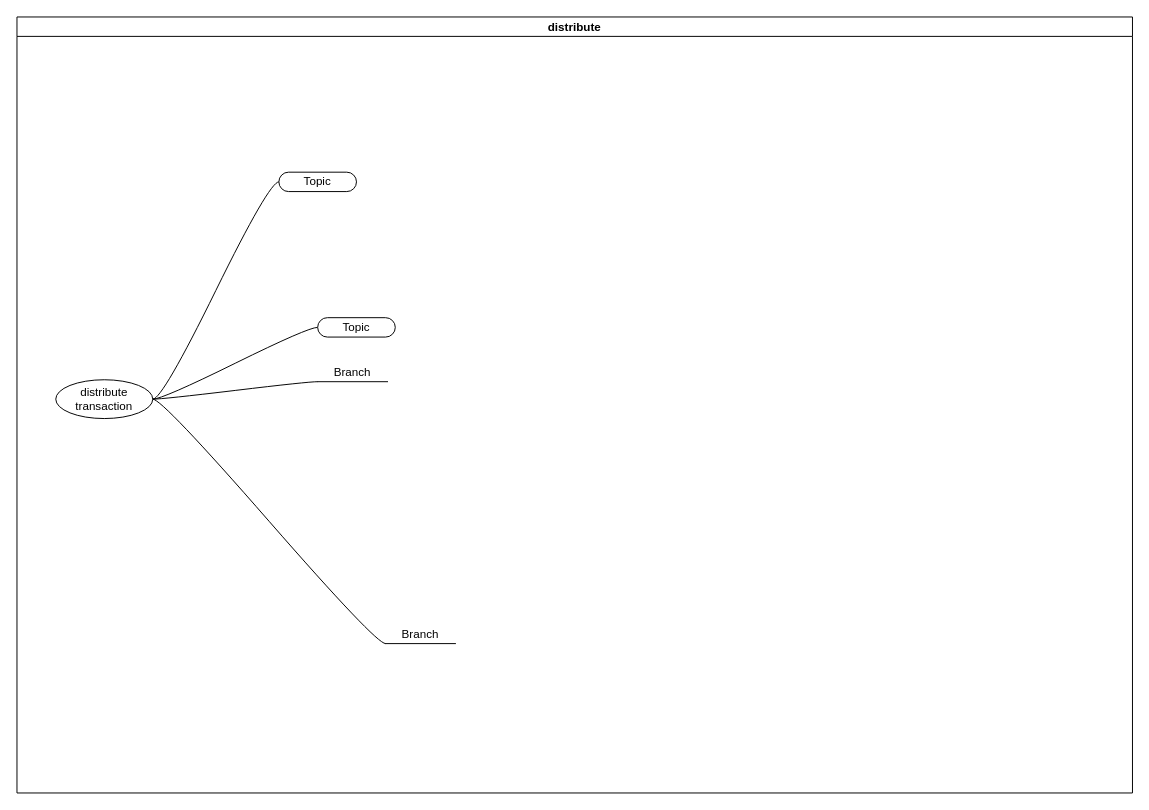
NiLinli/learn-web keeps this draw.io diagram as page "distributed" (3 of 3) of cs/database/transaction.drawio. Above is the earlier version. Source tidied: cells renumbered, new cells numbered last; positions are measured from the earlier drawing's top-left corner, leaving out a move shared by most shapes. Both pictures are drawn from the tidied source at 97%, with x=0, y=0 at pixel (16, 16).
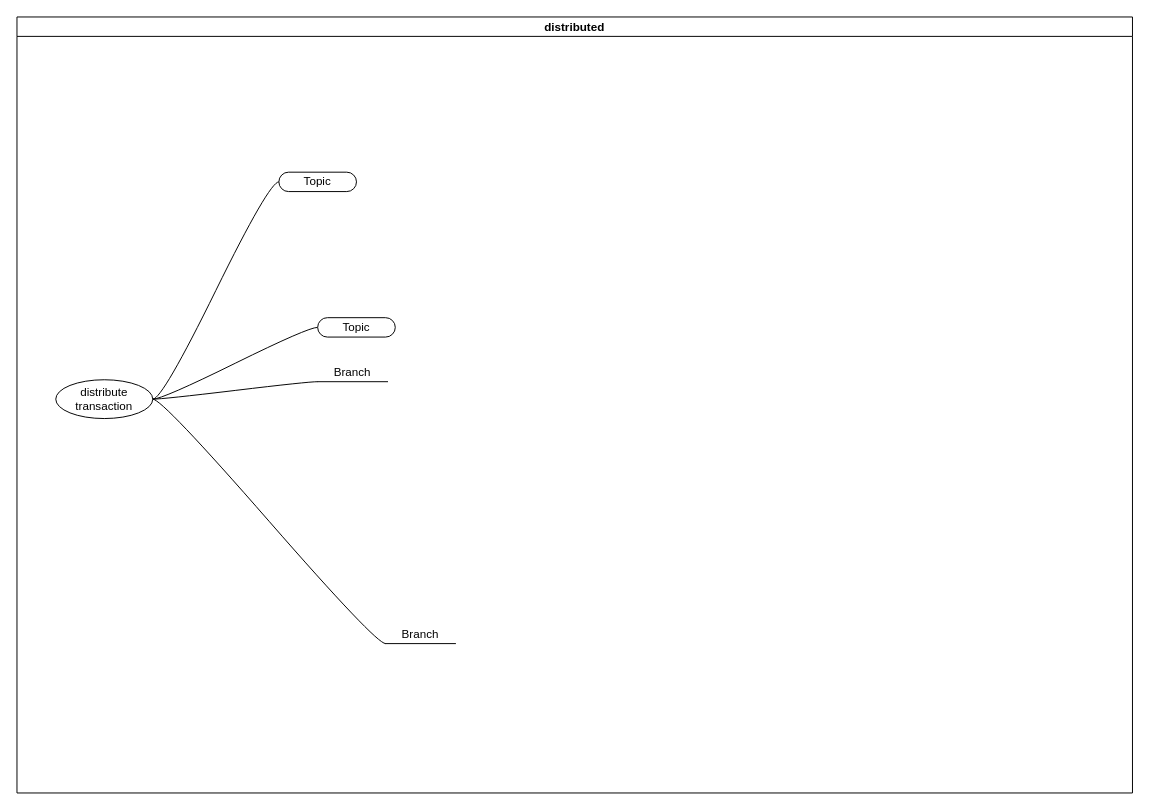
The same diagram, later.

Change to the diagram source:
```diff
@@
 <mxGraphModel>
   <root>
     <mxCell id="0" />
     <mxCell id="1" parent="0" />
-    <mxCell id="2" value="distribute" style="swimlane;startSize=20;horizontal=1;containerType=tree;" parent="1" vertex="1">
+    <mxCell id="2" value="distributed" style="swimlane;startSize=20;horizontal=1;containerType=tree;" parent="1" vertex="1">
       <mxGeometry width="1150" height="800" as="geometry" />
     </mxCell>
     <mxCell id="3" style="edgeStyle=entityRelationEdgeStyle;startArrow=none;endArrow=none;segment=10;curved=1;rounded=0;" parent="2" edge="1" source="7" target="8">
       <mxGeometry relative="1" as="geometry" />
     </mxCell>
     <mxCell id="4" style="edgeStyle=entityRelationEdgeStyle;startArrow=none;endArrow=none;segment=10;curved=1;rounded=0;" parent="2" edge="1" source="7" target="9">
       <mxGeometry relative="1" as="geometry" />
     </mxCell>
     <mxCell id="5" style="edgeStyle=entityRelationEdgeStyle;startArrow=none;endArrow=none;segment=10;curved=1;rounded=0;" parent="2" edge="1" source="7" target="10">
       <mxGeometry relative="1" as="geometry" />
     </mxCell>
     <mxCell id="6" style="edgeStyle=entityRelationEdgeStyle;startArrow=none;endArrow=none;segment=10;curved=1;rounded=0;" parent="2" edge="1" source="7" target="11">
       <mxGeometry relative="1" as="geometry" />
     </mxCell>
     <mxCell id="7" value="distribute&lt;br&gt;transaction" style="ellipse;whiteSpace=wrap;html=1;align=center;newEdgeStyle={&quot;edgeStyle&quot;:&quot;entityRelationEdgeStyle&quot;,&quot;startArrow&quot;:&quot;none&quot;,&quot;endArrow&quot;:&quot;none&quot;,&quot;segment&quot;:10,&quot;curved&quot;:1};" parent="2" vertex="1">
       <mxGeometry x="40" y="374" width="100" height="40" as="geometry" />
     </mxCell>
     <mxCell id="8" value="Topic" style="whiteSpace=wrap;html=1;rounded=1;arcSize=50;align=center;verticalAlign=middle;strokeWidth=1;spacing=4;newEdgeStyle={&quot;edgeStyle&quot;:&quot;entityRelationEdgeStyle&quot;,&quot;startArrow&quot;:&quot;none&quot;,&quot;endArrow&quot;:&quot;none&quot;,&quot;segment&quot;:10,&quot;curved&quot;:1};" parent="2" vertex="1">
       <mxGeometry x="310" y="310" width="80" height="20" as="geometry" />
     </mxCell>
     <mxCell id="9" value="Branch" style="whiteSpace=wrap;html=1;shape=partialRectangle;top=0;left=0;bottom=1;right=0;points=[[0,1],[1,1]];fillColor=none;align=center;verticalAlign=bottom;routingCenterY=0.5;snapToPoint=1;newEdgeStyle={&quot;edgeStyle&quot;:&quot;entityRelationEdgeStyle&quot;,&quot;startArrow&quot;:&quot;none&quot;,&quot;endArrow&quot;:&quot;none&quot;,&quot;segment&quot;:10,&quot;curved&quot;:1};" parent="2" vertex="1">
       <mxGeometry x="310" y="350" width="72" height="26" as="geometry" />
     </mxCell>
     <mxCell id="10" value="Topic" style="whiteSpace=wrap;html=1;rounded=1;arcSize=50;align=center;verticalAlign=middle;strokeWidth=1;spacing=4;newEdgeStyle={&quot;edgeStyle&quot;:&quot;entityRelationEdgeStyle&quot;,&quot;startArrow&quot;:&quot;none&quot;,&quot;endArrow&quot;:&quot;none&quot;,&quot;segment&quot;:10,&quot;curved&quot;:1};" parent="2" vertex="1">
       <mxGeometry x="270" y="160" width="80" height="20" as="geometry" />
     </mxCell>
     <mxCell id="11" value="Branch" style="whiteSpace=wrap;html=1;shape=partialRectangle;top=0;left=0;bottom=1;right=0;points=[[0,1],[1,1]];fillColor=none;align=center;verticalAlign=bottom;routingCenterY=0.5;snapToPoint=1;newEdgeStyle={&quot;edgeStyle&quot;:&quot;entityRelationEdgeStyle&quot;,&quot;startArrow&quot;:&quot;none&quot;,&quot;endArrow&quot;:&quot;none&quot;,&quot;segment&quot;:10,&quot;curved&quot;:1};" parent="2" vertex="1">
       <mxGeometry x="380" y="620" width="72" height="26" as="geometry" />
     </mxCell>
   </root>
 </mxGraphModel>
```
